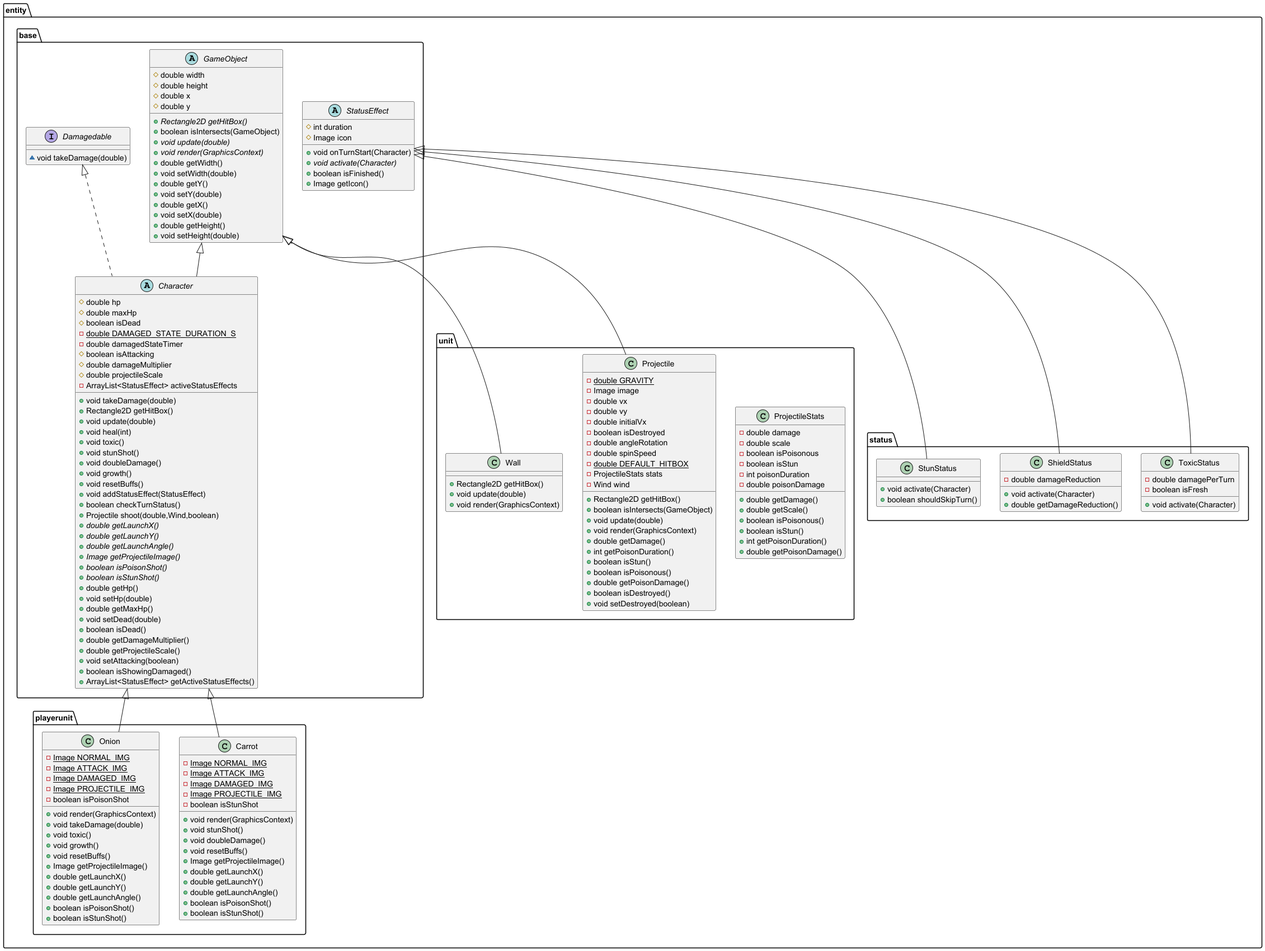
The PlantUML diagram UML/UMLentity.png in IbirdieU/VVARGETABLE_ProgMeth_Project, before a commit. Its diagram source:
```plantuml
@startuml
class entity.unit.ProjectileStats {
- double damage
- double scale
- boolean isPoisonous
- boolean isStun
- int poisonDuration
- double poisonDamage
+ double getDamage()
+ double getScale()
+ boolean isPoisonous()
+ boolean isStun()
+ int getPoisonDuration()
+ double getPoisonDamage()
}


abstract class entity.base.GameObject {
# double width
# double height
# double x
# double y
+ {abstract}Rectangle2D getHitBox()
+ boolean isIntersects(GameObject)
+ {abstract}void update(double)
+ {abstract}void render(GraphicsContext)
+ double getWidth()
+ void setWidth(double)
+ double getY()
+ void setY(double)
+ double getX()
+ void setX(double)
+ double getHeight()
+ void setHeight(double)
}


abstract class entity.base.Character {
# double hp
# double maxHp
# boolean isDead
- {static} double DAMAGED_STATE_DURATION_S
- double damagedStateTimer
# boolean isAttacking
# double damageMultiplier
# double projectileScale
- ArrayList<StatusEffect> activeStatusEffects
+ void takeDamage(double)
+ Rectangle2D getHitBox()
+ void update(double)
+ void heal(int)
+ void toxic()
+ void stunShot()
+ void doubleDamage()
+ void growth()
+ void resetBuffs()
+ void addStatusEffect(StatusEffect)
+ boolean checkTurnStatus()
+ Projectile shoot(double,Wind,boolean)
+ {abstract}double getLaunchX()
+ {abstract}double getLaunchY()
+ {abstract}double getLaunchAngle()
+ {abstract}Image getProjectileImage()
+ {abstract}boolean isPoisonShot()
+ {abstract}boolean isStunShot()
+ double getHp()
+ void setHp(double)
+ double getMaxHp()
+ void setDead(double)
+ boolean isDead()
+ double getDamageMultiplier()
+ double getProjectileScale()
+ void setAttacking(boolean)
+ boolean isShowingDamaged()
+ ArrayList<StatusEffect> getActiveStatusEffects()
}


class entity.status.ToxicStatus {
- double damagePerTurn
- boolean isFresh
+ void activate(Character)
}


abstract class entity.base.StatusEffect {
# int duration
# Image icon
+ void onTurnStart(Character)
+ {abstract}void activate(Character)
+ boolean isFinished()
+ Image getIcon()
}


class entity.playerunit.Carrot {
- {static} Image NORMAL_IMG
- {static} Image ATTACK_IMG
- {static} Image DAMAGED_IMG
- {static} Image PROJECTILE_IMG
- boolean isStunShot
+ void render(GraphicsContext)
+ void stunShot()
+ void doubleDamage()
+ void resetBuffs()
+ Image getProjectileImage()
+ double getLaunchX()
+ double getLaunchY()
+ double getLaunchAngle()
+ boolean isPoisonShot()
+ boolean isStunShot()
}


class entity.unit.Projectile {
- {static} double GRAVITY
- Image image
- double vx
- double vy
- double initialVx
- boolean isDestroyed
- double angleRotation
- double spinSpeed
- {static} double DEFAULT_HITBOX
- ProjectileStats stats
- Wind wind
+ Rectangle2D getHitBox()
+ boolean isIntersects(GameObject)
+ void update(double)
+ void render(GraphicsContext)
+ double getDamage()
+ int getPoisonDuration()
+ boolean isStun()
+ boolean isPoisonous()
+ double getPoisonDamage()
+ boolean isDestroyed()
+ void setDestroyed(boolean)
}


class entity.status.ShieldStatus {
- double damageReduction
+ void activate(Character)
+ double getDamageReduction()
}


interface entity.base.Damagedable {
~ void takeDamage(double)
}

class entity.playerunit.Onion {
- {static} Image NORMAL_IMG
- {static} Image ATTACK_IMG
- {static} Image DAMAGED_IMG
- {static} Image PROJECTILE_IMG
- boolean isPoisonShot
+ void render(GraphicsContext)
+ void takeDamage(double)
+ void toxic()
+ void growth()
+ void resetBuffs()
+ Image getProjectileImage()
+ double getLaunchX()
+ double getLaunchY()
+ double getLaunchAngle()
+ boolean isPoisonShot()
+ boolean isStunShot()
}


class entity.status.StunStatus {
+ void activate(Character)
+ boolean shouldSkipTurn()
}

class entity.unit.Wall {
+ Rectangle2D getHitBox()
+ void update(double)
+ void render(GraphicsContext)
}



entity.base.Damagedable <|.. entity.base.Character
entity.base.GameObject <|-- entity.base.Character
entity.base.StatusEffect <|-- entity.status.ToxicStatus
entity.base.Character <|-- entity.playerunit.Carrot
entity.base.GameObject <|-- entity.unit.Projectile
entity.base.StatusEffect <|-- entity.status.ShieldStatus
entity.base.Character <|-- entity.playerunit.Onion
entity.base.StatusEffect <|-- entity.status.StunStatus
entity.base.GameObject <|-- entity.unit.Wall
@enduml
```
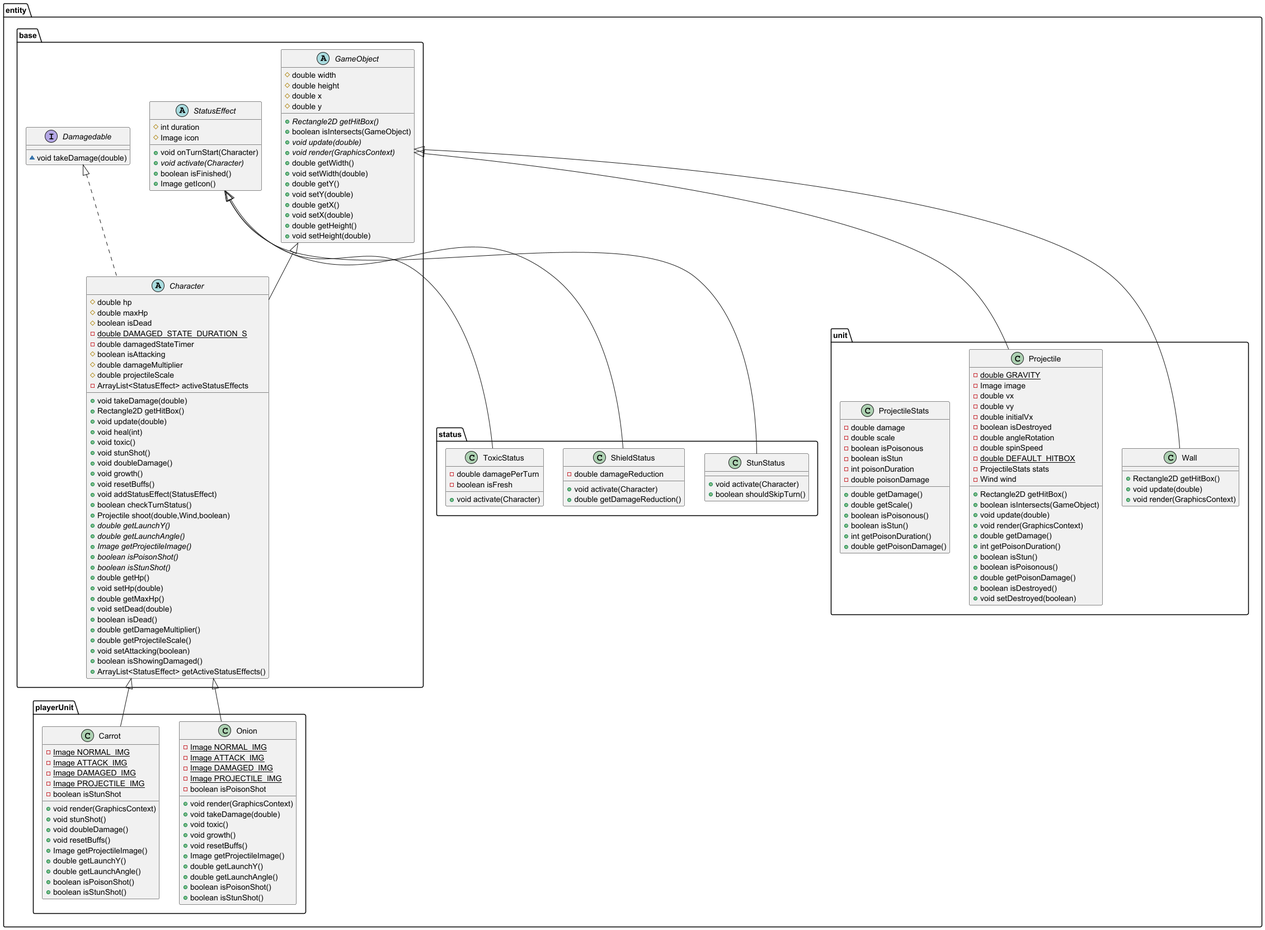
After the commit.

The edit, as a diff of the source:
```diff
@@ -1,40 +1,4 @@
 @startuml
-class entity.unit.ProjectileStats {
-- double damage
-- double scale
-- boolean isPoisonous
-- boolean isStun
-- int poisonDuration
-- double poisonDamage
-+ double getDamage()
-+ double getScale()
-+ boolean isPoisonous()
-+ boolean isStun()
-+ int getPoisonDuration()
-+ double getPoisonDamage()
-}
-
-
-abstract class entity.base.GameObject {
-# double width
-# double height
-# double x
-# double y
-+ {abstract}Rectangle2D getHitBox()
-+ boolean isIntersects(GameObject)
-+ {abstract}void update(double)
-+ {abstract}void render(GraphicsContext)
-+ double getWidth()
-+ void setWidth(double)
-+ double getY()
-+ void setY(double)
-+ double getX()
-+ void setX(double)
-+ double getHeight()
-+ void setHeight(double)
-}
-
-
 abstract class entity.base.Character {
 # double hp
 # double maxHp
@@ -57,7 +21,6 @@
 + void addStatusEffect(StatusEffect)
 + boolean checkTurnStatus()
 + Projectile shoot(double,Wind,boolean)
-+ {abstract}double getLaunchX()
 + {abstract}double getLaunchY()
 + {abstract}double getLaunchAngle()
 + {abstract}Image getProjectileImage()
@@ -76,13 +39,6 @@
 }
 
 
-class entity.status.ToxicStatus {
-- double damagePerTurn
-- boolean isFresh
-+ void activate(Character)
-}
-
-
 abstract class entity.base.StatusEffect {
 # int duration
 # Image icon
@@ -90,25 +46,6 @@
 + {abstract}void activate(Character)
 + boolean isFinished()
 + Image getIcon()
-}
-
-
-class entity.playerunit.Carrot {
-- {static} Image NORMAL_IMG
-- {static} Image ATTACK_IMG
-- {static} Image DAMAGED_IMG
-- {static} Image PROJECTILE_IMG
-- boolean isStunShot
-+ void render(GraphicsContext)
-+ void stunShot()
-+ void doubleDamage()
-+ void resetBuffs()
-+ Image getProjectileImage()
-+ double getLaunchX()
-+ double getLaunchY()
-+ double getLaunchAngle()
-+ boolean isPoisonShot()
-+ boolean isStunShot()
 }
 
 
@@ -138,18 +75,36 @@
 }
 
 
-class entity.status.ShieldStatus {
-- double damageReduction
+class entity.status.StunStatus {
 + void activate(Character)
-+ double getDamageReduction()
++ boolean shouldSkipTurn()
 }
-
 
 interface entity.base.Damagedable {
 ~ void takeDamage(double)
 }
 
-class entity.playerunit.Onion {
+abstract class entity.base.GameObject {
+# double width
+# double height
+# double x
+# double y
++ {abstract}Rectangle2D getHitBox()
++ boolean isIntersects(GameObject)
++ {abstract}void update(double)
++ {abstract}void render(GraphicsContext)
++ double getWidth()
++ void setWidth(double)
++ double getY()
++ void setY(double)
++ double getX()
++ void setX(double)
++ double getHeight()
++ void setHeight(double)
+}
+
+
+class entity.playerUnit.Onion {
 - {static} Image NORMAL_IMG
 - {static} Image ATTACK_IMG
 - {static} Image DAMAGED_IMG
@@ -161,7 +116,6 @@
 + void growth()
 + void resetBuffs()
 + Image getProjectileImage()
-+ double getLaunchX()
 + double getLaunchY()
 + double getLaunchAngle()
 + boolean isPoisonShot()
@@ -169,26 +123,69 @@
 }
 
 
-class entity.status.StunStatus {
-+ void activate(Character)
-+ boolean shouldSkipTurn()
-}
-
 class entity.unit.Wall {
 + Rectangle2D getHitBox()
 + void update(double)
 + void render(GraphicsContext)
 }
 
+class entity.status.ShieldStatus {
+- double damageReduction
++ void activate(Character)
++ double getDamageReduction()
+}
+
+
+class entity.playerUnit.Carrot {
+- {static} Image NORMAL_IMG
+- {static} Image ATTACK_IMG
+- {static} Image DAMAGED_IMG
+- {static} Image PROJECTILE_IMG
+- boolean isStunShot
++ void render(GraphicsContext)
++ void stunShot()
++ void doubleDamage()
++ void resetBuffs()
++ Image getProjectileImage()
++ double getLaunchY()
++ double getLaunchAngle()
++ boolean isPoisonShot()
++ boolean isStunShot()
+}
+
+
+class entity.unit.ProjectileStats {
+- double damage
+- double scale
+- boolean isPoisonous
+- boolean isStun
+- int poisonDuration
+- double poisonDamage
++ double getDamage()
++ double getScale()
++ boolean isPoisonous()
++ boolean isStun()
++ int getPoisonDuration()
++ double getPoisonDamage()
+}
+
+
+class entity.status.ToxicStatus {
+- double damagePerTurn
+- boolean isFresh
++ void activate(Character)
+}
+
+
 
 
 entity.base.Damagedable <|.. entity.base.Character
 entity.base.GameObject <|-- entity.base.Character
+entity.base.GameObject <|-- entity.unit.Projectile
+entity.base.StatusEffect <|-- entity.status.StunStatus
+entity.base.Character <|-- entity.playerUnit.Onion
+entity.base.GameObject <|-- entity.unit.Wall
+entity.base.StatusEffect <|-- entity.status.ShieldStatus
+entity.base.Character <|-- entity.playerUnit.Carrot
 entity.base.StatusEffect <|-- entity.status.ToxicStatus
-entity.base.Character <|-- entity.playerunit.Carrot
-entity.base.GameObject <|-- entity.unit.Projectile
-entity.base.StatusEffect <|-- entity.status.ShieldStatus
-entity.base.Character <|-- entity.playerunit.Onion
-entity.base.StatusEffect <|-- entity.status.StunStatus
-entity.base.GameObject <|-- entity.unit.Wall
 @enduml
```
